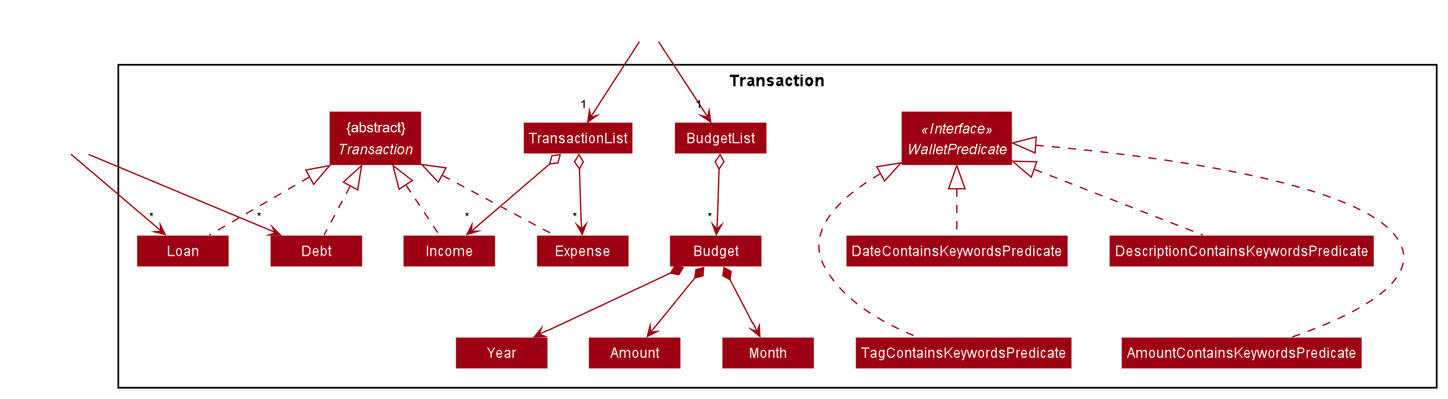
Above: docs/images/ModelTransactionDiagram.png in syinyichen/main (PlantUML), before the change. Its source is kept beside it as docs/diagrams/ModelTransactionDiagram.puml.
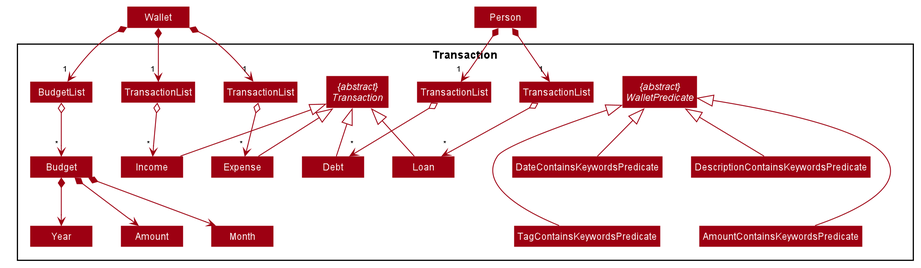
Above is the later version.

The edit, as a diff of the source:
```diff
@@ -8,8 +8,11 @@
 skinparam classBackgroundColor MODEL_COLOR
 
 Package Transaction {
-Class TransactionList
-abstract Transaction <<abstract>>
+Class "TransactionList" as TransactionListDebt
+Class "TransactionList" as TransactionListLoan
+Class "TransactionList" as TransactionListExpense
+Class "TransactionList" as TransactionListIncome
+abstract "{abstract}\nTransaction" as Transaction
 Class Expense
 Class Income
 Class Debt
@@ -20,34 +23,38 @@
 Class Month
 Class Year
 
-Interface WalletPredicate <<Interface>>
+abstract "{abstract}\nWalletPredicate" as WalletPredicate
 Class AmountContainsKeywordsPredicate
 Class DateContainsKeywordsPredicate
 Class DescriptionContainsKeywordsPredicate
 Class TagContainsKeywordsPredicate
 }
 
-Class HiddenWallet #FFFFFF
-Class Person #FFFFFF
-HiddenWallet --> "1" TransactionList
-HiddenWallet --> "1" BudgetList
-Person --> "*" Debt
-Person --> "*" Loan
+Class Wallet
+Class Person
+
+Wallet *--> "1" BudgetList
+Wallet *--> "1" TransactionListExpense
+Wallet *--> "1" TransactionListIncome
+Person *--> "1" TransactionListDebt
+Person *--> "1" TransactionListLoan
 BudgetList o--> "*" Budget
-TransactionList o--> "*" Expense
-TransactionList o--> "*" Income
-Expense .up.|> Transaction
-Income .up.|> Transaction
-Debt .up.|> Transaction
-Loan .up.|> Transaction
+TransactionListExpense o--> "*" Expense
+TransactionListIncome o--> "*" Income
+TransactionListDebt o--> "*" Debt
+TransactionListLoan o--> "*" Loan
+Expense -up-|> Transaction
+Income -up-|> Transaction
+Debt -up-|> Transaction
+Loan -up-|> Transaction
 Budget *--> Amount
 Budget *--> Month
 Budget *--> Year
 
-DescriptionContainsKeywordsPredicate .up.|> WalletPredicate
-AmountContainsKeywordsPredicate .up.|> WalletPredicate
-DateContainsKeywordsPredicate .up.|> WalletPredicate
-TagContainsKeywordsPredicate .up.|> WalletPredicate
+DescriptionContainsKeywordsPredicate -up-|> WalletPredicate
+AmountContainsKeywordsPredicate -up-|> WalletPredicate
+DateContainsKeywordsPredicate -up-|> WalletPredicate
+TagContainsKeywordsPredicate -up-|> WalletPredicate
 
 WalletPredicate -[hidden]left-> BudgetList
 DescriptionContainsKeywordsPredicate -[hidden]down-> AmountContainsKeywordsPredicate
```
